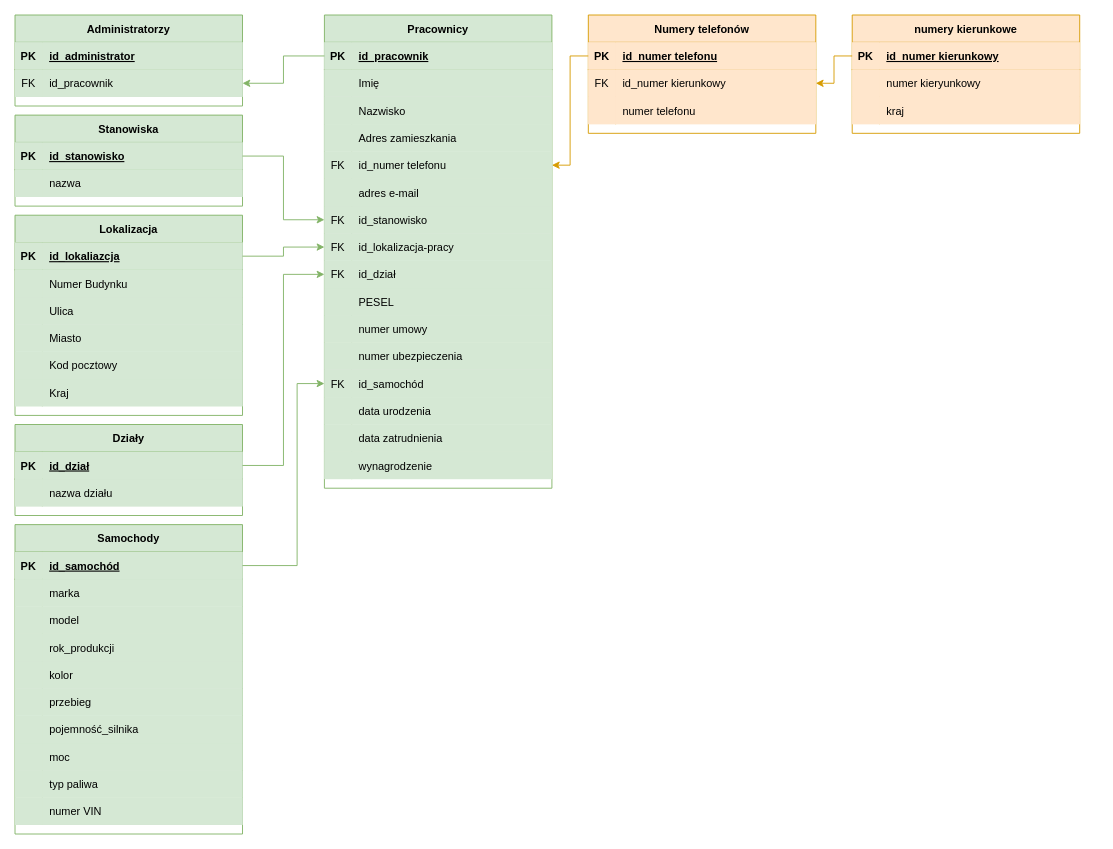
The draw.io diagram SecurIT.drawio in mostekd/secur-it, before the edit. Source tidied: cells renumbered, new cells numbered last; positions are measured from the earlier drawing's top-left corner, leaving out a move shared by most shapes. Both pictures are drawn from the tidied source at 91%, with x=0, y=0 at pixel (15, 15).
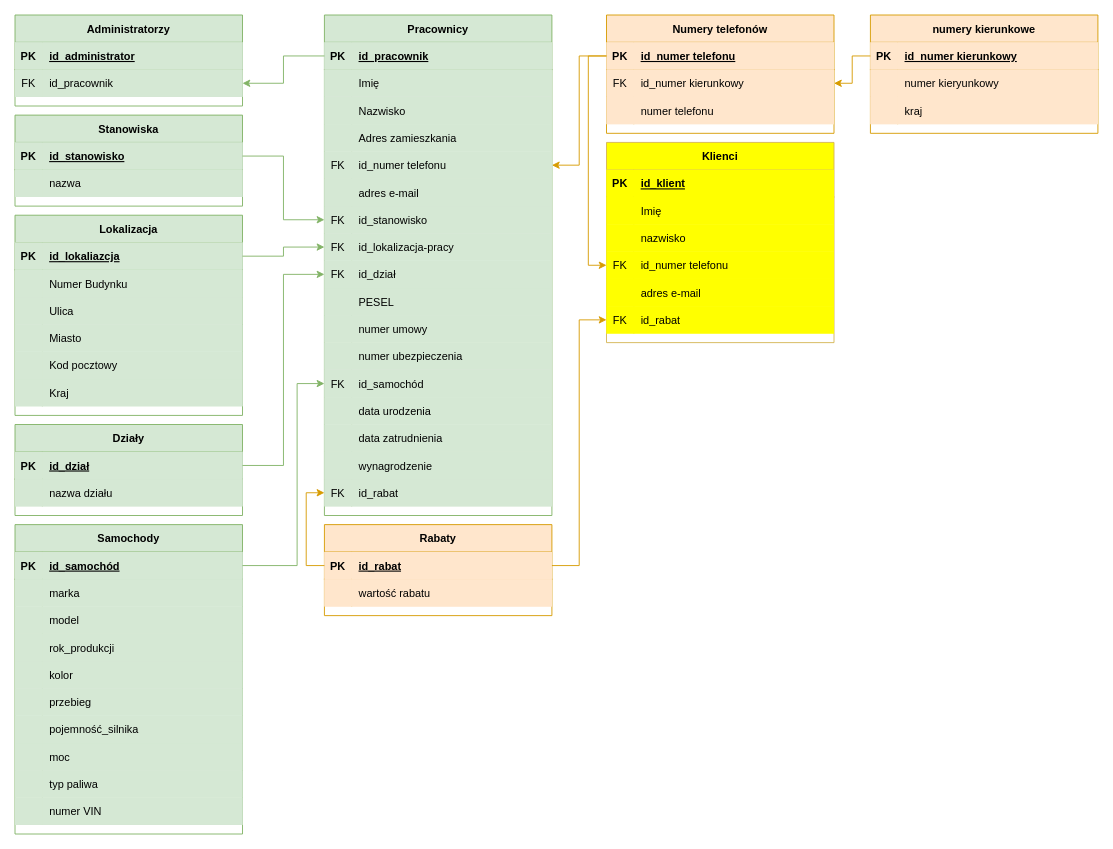
Above is the later version.

Unchanged cells that the change refers to:
```xml
<mxCell id="128" style="shape=partialRectangle;fillColor=#ffe6cc;points=[[0,0.5],[1,0.5]];portConstraint=eastwest;top=0;left=0;right=0;bottom=1;strokeColor=#d79b00;" parent="127" vertex="1">
  <mxGeometry y="30" width="250" height="30" as="geometry" />
</mxCell>
```

The edit, as a diff of the source:
```diff
@@
     <mxCell id="9" value="Pracownicy" style="shape=table;startSize=30;childLayout=tableLayout;rowLines=0;fontStyle=1;align=center;fillColor=#d5e8d4;strokeColor=#82b366;" parent="1" vertex="1">
-      <mxGeometry x="340" width="250" height="520" as="geometry" />
+      <mxGeometry x="340" width="250" height="550" as="geometry" />
     </mxCell>
@@
+    <mxCell id="149" style="shape=partialRectangle;fillColor=#d5e8d4;points=[[0,0.5],[1,0.5]];portConstraint=eastwest;top=0;left=0;right=0;bottom=0;strokeColor=#82b366;" parent="9" vertex="1">
+      <mxGeometry y="510" width="250" height="30" as="geometry" />
+    </mxCell>
+    <mxCell id="150" value="FK" style="shape=partialRectangle;overflow=hidden;fillColor=#d5e8d4;top=0;left=0;bottom=0;right=0;strokeColor=#82b366;" parent="149" vertex="1">
+      <mxGeometry width="30" height="30" as="geometry" />
+    </mxCell>
+    <mxCell id="151" value="id_rabat" style="shape=partialRectangle;overflow=hidden;fillColor=#d5e8d4;top=0;left=0;bottom=0;right=0;align=left;spacingLeft=6;strokeColor=#82b366;" parent="149" vertex="1">
+      <mxGeometry x="30" width="220" height="30" as="geometry" />
+    </mxCell>
@@
     <mxCell id="127" value="Numery telefonów" style="shape=table;startSize=30;childLayout=tableLayout;rowLines=0;fontStyle=1;align=center;fillColor=#ffe6cc;strokeColor=#d79b00;" parent="1" vertex="1">
-      <mxGeometry x="630" width="250" height="130" as="geometry" />
+      <mxGeometry x="650" width="250" height="130" as="geometry" />
     </mxCell>
@@
     <mxCell id="138" value="numery kierunkowe" style="shape=table;startSize=30;childLayout=tableLayout;rowLines=0;fontStyle=1;align=center;fillColor=#ffe6cc;strokeColor=#d79b00;" parent="1" vertex="1">
-      <mxGeometry x="920" width="250" height="130" as="geometry" />
+      <mxGeometry x="940" width="250" height="130" as="geometry" />
     </mxCell>
@@
+    <mxCell id="152" value="Klienci" style="shape=table;startSize=30;childLayout=tableLayout;rowLines=0;fontStyle=1;align=center;fillColor=#ffff00;strokeColor=#d6b656;" parent="1" vertex="1">
+      <mxGeometry x="650" y="140" width="250" height="220" as="geometry" />
+    </mxCell>
+    <mxCell id="153" style="shape=partialRectangle;fillColor=#ffff00;top=0;left=0;right=0;bottom=1;strokeColor=#d6b656;" parent="152" vertex="1">
+      <mxGeometry y="30" width="250" height="30" as="geometry" />
+    </mxCell>
+    <mxCell id="154" value="PK" style="shape=partialRectangle;overflow=hidden;fillColor=#ffff00;top=0;left=0;bottom=0;right=0;fontStyle=1;strokeColor=#d6b656;" parent="153" vertex="1">
+      <mxGeometry width="30" height="30" as="geometry" />
+    </mxCell>
+    <mxCell id="155" value="id_klient" style="shape=partialRectangle;overflow=hidden;fillColor=#ffff00;top=0;left=0;bottom=0;right=0;align=left;spacingLeft=6;fontStyle=5;strokeColor=#d6b656;" parent="153" vertex="1">
+      <mxGeometry x="30" width="220" height="30" as="geometry" />
+    </mxCell>
+    <mxCell id="156" style="shape=partialRectangle;fillColor=#ffff00;top=0;left=0;right=0;bottom=0;strokeColor=#d6b656;" parent="152" vertex="1">
+      <mxGeometry y="60" width="250" height="30" as="geometry" />
+    </mxCell>
+    <mxCell id="157" style="shape=partialRectangle;overflow=hidden;fillColor=#ffff00;top=0;left=0;bottom=0;right=0;strokeColor=#d6b656;" parent="156" vertex="1">
+      <mxGeometry width="30" height="30" as="geometry" />
+    </mxCell>
+    <mxCell id="158" value="Imię" style="shape=partialRectangle;overflow=hidden;fillColor=#ffff00;top=0;left=0;bottom=0;right=0;align=left;spacingLeft=6;strokeColor=#d6b656;" parent="156" vertex="1">
+      <mxGeometry x="30" width="220" height="30" as="geometry" />
+    </mxCell>
+    <mxCell id="159" style="shape=partialRectangle;fillColor=#ffff00;top=0;left=0;right=0;bottom=0;strokeColor=#d6b656;" parent="152" vertex="1">
+      <mxGeometry y="90" width="250" height="30" as="geometry" />
+    </mxCell>
+    <mxCell id="160" style="shape=partialRectangle;overflow=hidden;fillColor=#ffff00;top=0;left=0;bottom=0;right=0;strokeColor=#d6b656;" parent="159" vertex="1">
+      <mxGeometry width="30" height="30" as="geometry" />
+    </mxCell>
+    <mxCell id="161" value="nazwisko" style="shape=partialRectangle;overflow=hidden;fillColor=#ffff00;top=0;left=0;bottom=0;right=0;align=left;spacingLeft=6;strokeColor=#d6b656;" parent="159" vertex="1">
+      <mxGeometry x="30" width="220" height="30" as="geometry" />
+    </mxCell>
+    <mxCell id="162" style="shape=partialRectangle;fillColor=#ffff00;points=[[0,0.5],[1,0.5]];portConstraint=eastwest;top=0;left=0;right=0;bottom=0;strokeColor=#d6b656;" parent="152" vertex="1">
+      <mxGeometry y="120" width="250" height="30" as="geometry" />
+    </mxCell>
+    <mxCell id="163" value="FK" style="shape=partialRectangle;overflow=hidden;fillColor=#ffff00;top=0;left=0;bottom=0;right=0;strokeColor=#d6b656;" parent="162" vertex="1">
+      <mxGeometry width="30" height="30" as="geometry" />
+    </mxCell>
+    <mxCell id="164" value="id_numer telefonu" style="shape=partialRectangle;overflow=hidden;fillColor=#ffff00;top=0;left=0;bottom=0;right=0;align=left;spacingLeft=6;strokeColor=#d6b656;" parent="162" vertex="1">
+      <mxGeometry x="30" width="220" height="30" as="geometry" />
+    </mxCell>
+    <mxCell id="165" style="shape=partialRectangle;fillColor=#ffff00;top=0;left=0;right=0;bottom=0;strokeColor=#d6b656;" parent="152" vertex="1">
+      <mxGeometry y="150" width="250" height="30" as="geometry" />
+    </mxCell>
+    <mxCell id="166" style="shape=partialRectangle;overflow=hidden;fillColor=#ffff00;top=0;left=0;bottom=0;right=0;strokeColor=#d6b656;" parent="165" vertex="1">
+      <mxGeometry width="30" height="30" as="geometry" />
+    </mxCell>
+    <mxCell id="167" value="adres e-mail" style="shape=partialRectangle;overflow=hidden;fillColor=#ffff00;top=0;left=0;bottom=0;right=0;align=left;spacingLeft=6;strokeColor=#d6b656;" parent="165" vertex="1">
+      <mxGeometry x="30" width="220" height="30" as="geometry" />
+    </mxCell>
+    <mxCell id="168" style="shape=partialRectangle;fillColor=#ffff00;points=[[0,0.5],[1,0.5]];portConstraint=eastwest;top=0;left=0;right=0;bottom=0;strokeColor=#d6b656;" parent="152" vertex="1">
+      <mxGeometry y="180" width="250" height="30" as="geometry" />
+    </mxCell>
+    <mxCell id="169" value="FK" style="shape=partialRectangle;overflow=hidden;fillColor=#ffff00;top=0;left=0;bottom=0;right=0;strokeColor=#d6b656;" parent="168" vertex="1">
+      <mxGeometry width="30" height="30" as="geometry" />
+    </mxCell>
+    <mxCell id="170" value="id_rabat" style="shape=partialRectangle;overflow=hidden;fillColor=#ffff00;top=0;left=0;bottom=0;right=0;align=left;spacingLeft=6;strokeColor=#d6b656;" parent="168" vertex="1">
+      <mxGeometry x="30" width="220" height="30" as="geometry" />
+    </mxCell>
+    <mxCell id="171" value="Rabaty" style="shape=table;startSize=30;childLayout=tableLayout;rowLines=0;fontStyle=1;align=center;fillColor=#ffe6cc;strokeColor=#d79b00;" parent="1" vertex="1">
+      <mxGeometry x="340" y="560" width="250" height="100" as="geometry" />
+    </mxCell>
+    <mxCell id="172" style="shape=partialRectangle;fillColor=#ffe6cc;points=[[0,0.5],[1,0.5]];portConstraint=eastwest;top=0;left=0;right=0;bottom=1;strokeColor=#d79b00;" parent="171" vertex="1">
+      <mxGeometry y="30" width="250" height="30" as="geometry" />
+    </mxCell>
+    <mxCell id="173" value="PK" style="shape=partialRectangle;overflow=hidden;fillColor=#ffe6cc;top=0;left=0;bottom=0;right=0;fontStyle=1;strokeColor=#d79b00;" parent="172" vertex="1">
+      <mxGeometry width="30" height="30" as="geometry" />
+    </mxCell>
+    <mxCell id="174" value="id_rabat" style="shape=partialRectangle;overflow=hidden;fillColor=#ffe6cc;top=0;left=0;bottom=0;right=0;align=left;spacingLeft=6;fontStyle=5;strokeColor=#d79b00;" parent="172" vertex="1">
+      <mxGeometry x="30" width="220" height="30" as="geometry" />
+    </mxCell>
+    <mxCell id="175" style="shape=partialRectangle;fillColor=#ffe6cc;top=0;left=0;right=0;bottom=0;strokeColor=#d79b00;" parent="171" vertex="1">
+      <mxGeometry y="60" width="250" height="30" as="geometry" />
+    </mxCell>
+    <mxCell id="176" style="shape=partialRectangle;overflow=hidden;fillColor=#ffe6cc;top=0;left=0;bottom=0;right=0;strokeColor=#d79b00;" parent="175" vertex="1">
+      <mxGeometry width="30" height="30" as="geometry" />
+    </mxCell>
+    <mxCell id="177" value="wartość rabatu" style="shape=partialRectangle;overflow=hidden;fillColor=#ffe6cc;top=0;left=0;bottom=0;right=0;align=left;spacingLeft=6;strokeColor=#d79b00;" parent="175" vertex="1">
+      <mxGeometry x="30" width="220" height="30" as="geometry" />
+    </mxCell>
+    <mxCell id="178" style="edgeStyle=orthogonalEdgeStyle;rounded=0;jettySize=auto;html=1;exitX=1;exitY=0.5;exitDx=0;exitDy=0;entryX=0;entryY=0.5;entryDx=0;entryDy=0;fillColor=#ffe6cc;strokeColor=#d79b00;" parent="1" edge="1" source="172" target="168">
+      <mxGeometry relative="1" as="geometry" />
+    </mxCell>
+    <mxCell id="179" style="edgeStyle=orthogonalEdgeStyle;rounded=0;jettySize=auto;html=1;exitX=0;exitY=0.5;exitDx=0;exitDy=0;entryX=0;entryY=0.5;entryDx=0;entryDy=0;fillColor=#ffe6cc;strokeColor=#d79b00;" parent="1" edge="1" source="172" target="149">
+      <mxGeometry relative="1" as="geometry" />
+    </mxCell>
+    <mxCell id="180" style="edgeStyle=orthogonalEdgeStyle;rounded=0;jettySize=auto;html=1;exitX=0;exitY=0.5;exitDx=0;exitDy=0;entryX=0;entryY=0.5;entryDx=0;entryDy=0;fillColor=#ffe6cc;strokeColor=#d79b00;" parent="1" edge="1" source="128" target="162">
+      <mxGeometry relative="1" as="geometry" />
+    </mxCell>
```
